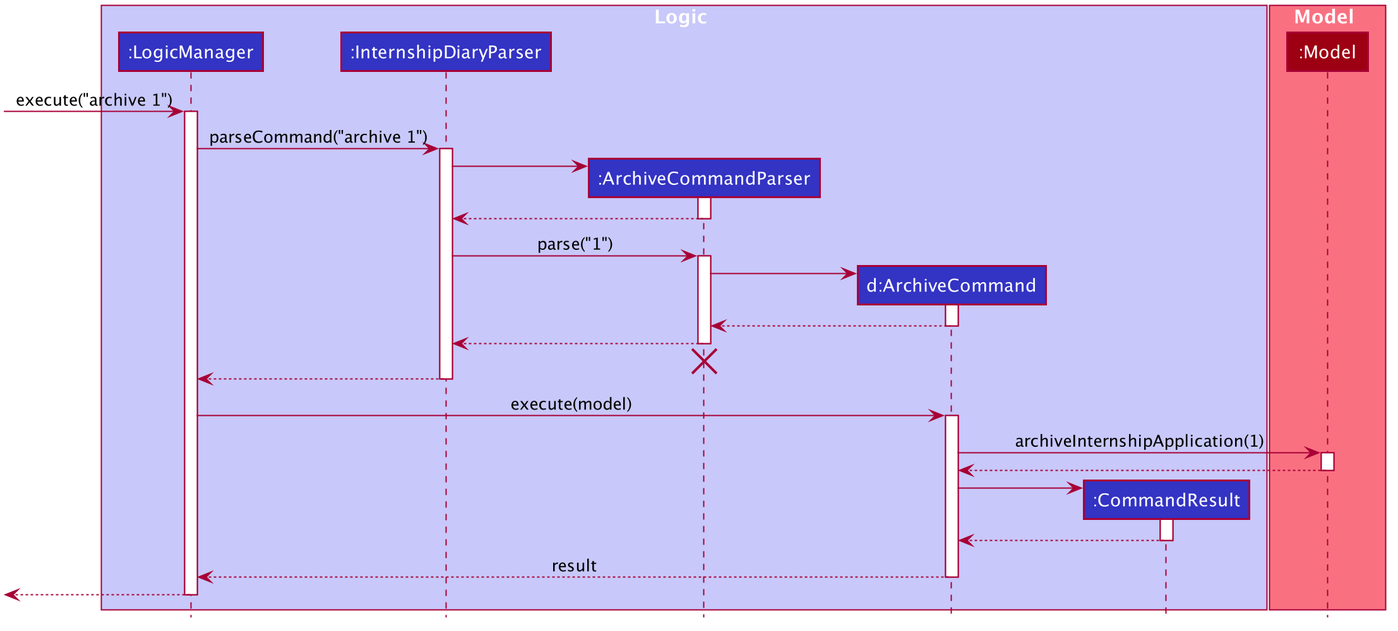
Before: images/ArchiveSequenceDiagram.png, a diagram exported from PlantUML (AY1920S2-CS2103T-F10-2/main).
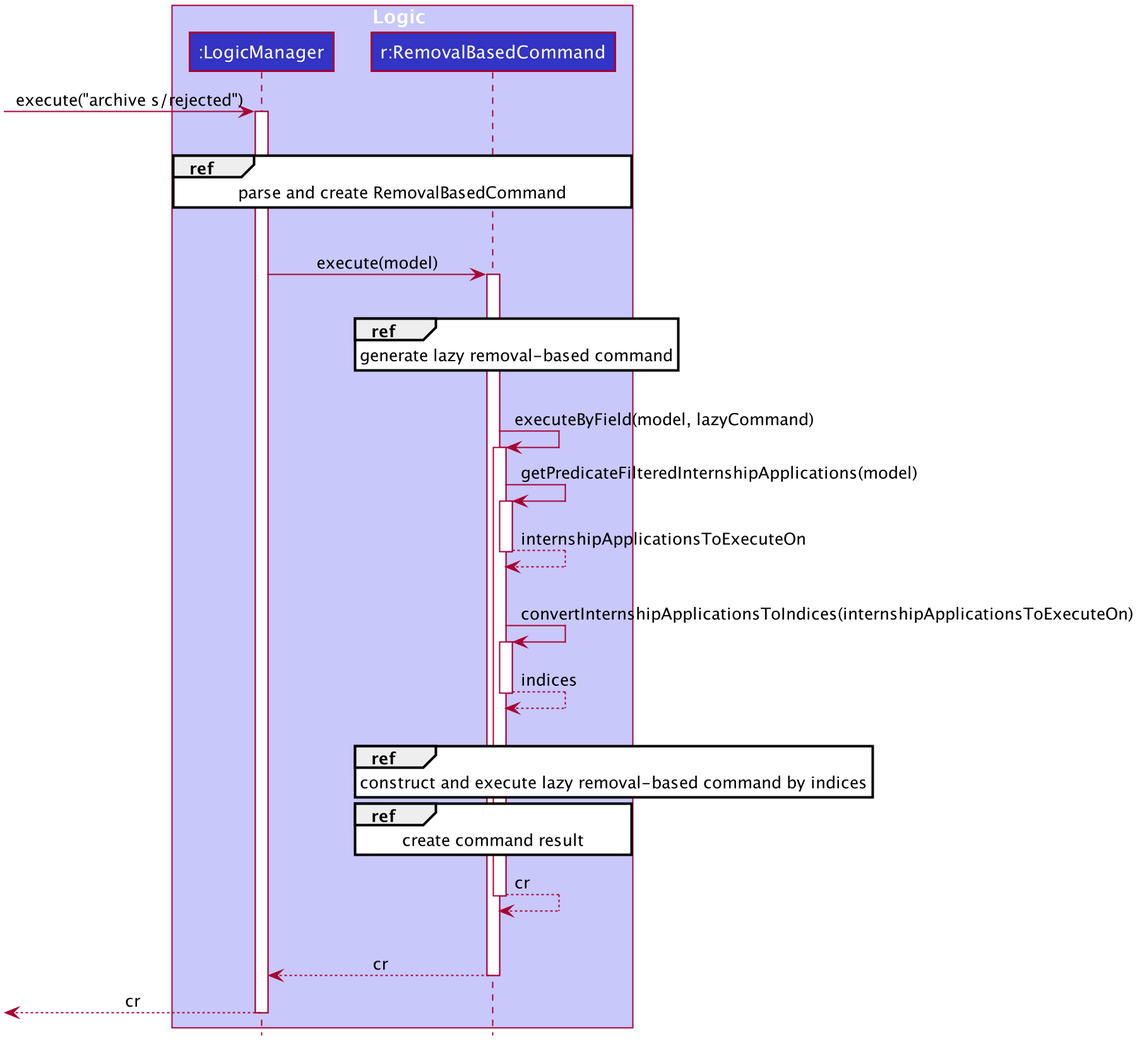
Later version of the same file.

Diff of the diagram source:
```diff
@@ -1,4 +1,5 @@
 @startuml
+
 
 
 
@@ -50,66 +51,50 @@
 
 box Logic #C8C8FA
 participant ":LogicManager" as LogicManager #3333C4
-participant ":InternshipDiaryParser" as InternshipDiaryParser #3333C4
-participant ":ArchiveCommandParser" as ArchiveCommandParser #3333C4
-participant "d:ArchiveCommand" as ArchiveCommand #3333C4
-participant ":CommandResult" as CommandResult #3333C4
+participant "r:RemovalBasedCommand" as RemovalBasedCommand #3333C4
 end box
 
-box Model #F97181
-participant ":Model" as Model #9D0012
-end box
+[-> LogicManager : execute("archive s/rejected")
 
-[-> LogicManager : execute("archive 1")
 activate LogicManager
+RemovalBasedCommand -[hidden]-> RemovalBasedCommand
 
-LogicManager -> InternshipDiaryParser : parseCommand("archive 1")
-activate InternshipDiaryParser
+ref over LogicManager, RemovalBasedCommand : parse and create RemovalBasedCommand
+RemovalBasedCommand -[hidden]-> RemovalBasedCommand
 
-create ArchiveCommandParser
-InternshipDiaryParser -> ArchiveCommandParser
-activate ArchiveCommandParser
+LogicManager -> RemovalBasedCommand : execute(model)
 
-ArchiveCommandParser --> InternshipDiaryParser
-deactivate ArchiveCommandParser
+    activate RemovalBasedCommand
+    RemovalBasedCommand -[hidden]-> RemovalBasedCommand
 
-InternshipDiaryParser -> ArchiveCommandParser : parse("1")
-activate ArchiveCommandParser
+    ref over RemovalBasedCommand : generate lazy removal-based command
 
-create ArchiveCommand
-ArchiveCommandParser -> ArchiveCommand
-activate ArchiveCommand
+    RemovalBasedCommand -[hidden]-> RemovalBasedCommand
 
-ArchiveCommand --> ArchiveCommandParser :
-deactivate ArchiveCommand
+    RemovalBasedCommand -> RemovalBasedCommand : executeByField(model, lazyCommand)
+        activate RemovalBasedCommand
+            RemovalBasedCommand -> RemovalBasedCommand : getPredicateFilteredInternshipApplications(model)
+            activate RemovalBasedCommand
+            RemovalBasedCommand --> RemovalBasedCommand : internshipApplicationsToExecuteOn
+            deactivate RemovalBasedCommand
+            RemovalBasedCommand -[hidden]-> RemovalBasedCommand
+            RemovalBasedCommand -> RemovalBasedCommand : convertInternshipApplicationsToIndices(internshipApplicationsToExecuteOn)
+            activate RemovalBasedCommand
+            RemovalBasedCommand --> RemovalBasedCommand : indices
+            deactivate RemovalBasedCommand
+            RemovalBasedCommand -[hidden]-> RemovalBasedCommand
+            ref over RemovalBasedCommand : construct and execute lazy removal-based command by indices
+            ref over RemovalBasedCommand : create command result
+            RemovalBasedCommand --> RemovalBasedCommand : cr
+            deactivate RemovalBasedCommand
+        RemovalBasedCommand -[hidden]-> RemovalBasedCommand
 
-ArchiveCommandParser --> InternshipDiaryParser :
-deactivate ArchiveCommandParser
-ArchiveCommandParser -[hidden]-> InternshipDiaryParser
-destroy ArchiveCommandParser
 
-InternshipDiaryParser --> LogicManager :
-deactivate InternshipDiaryParser
+    RemovalBasedCommand --> LogicManager : cr
 
-LogicManager -> ArchiveCommand : execute(model)
-activate ArchiveCommand
+    deactivate RemovalBasedCommand
 
-ArchiveCommand -> Model : archiveInternshipApplication(1)
-activate Model
+[<--LogicManager : cr
+deactivate LogicManager
 
-Model --> ArchiveCommand
-deactivate Model
-
-create CommandResult
-ArchiveCommand -> CommandResult
-activate CommandResult
-
-CommandResult --> ArchiveCommand
-deactivate CommandResult
-
-ArchiveCommand --> LogicManager : result
-deactivate ArchiveCommand
-
-[<--LogicManager
-deactivate LogicManager
 @enduml
```
